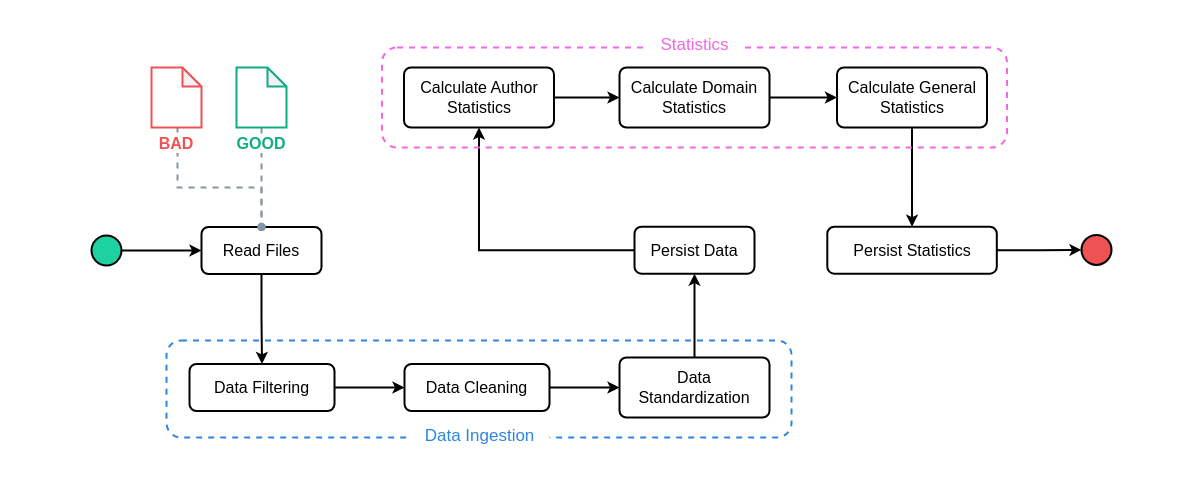
Above: page "DSS" (2 of 3) of .doc/architecture.drawio in avcaliani/mr-owlf (draw.io), before the change. Source tidied: cells renumbered, new cells numbered last; positions are measured from the earlier drawing's top-left corner, leaving out a move shared by most shapes. Both pictures are drawn from the tidied source at 100%, with x=0, y=0 at pixel (17, 17).
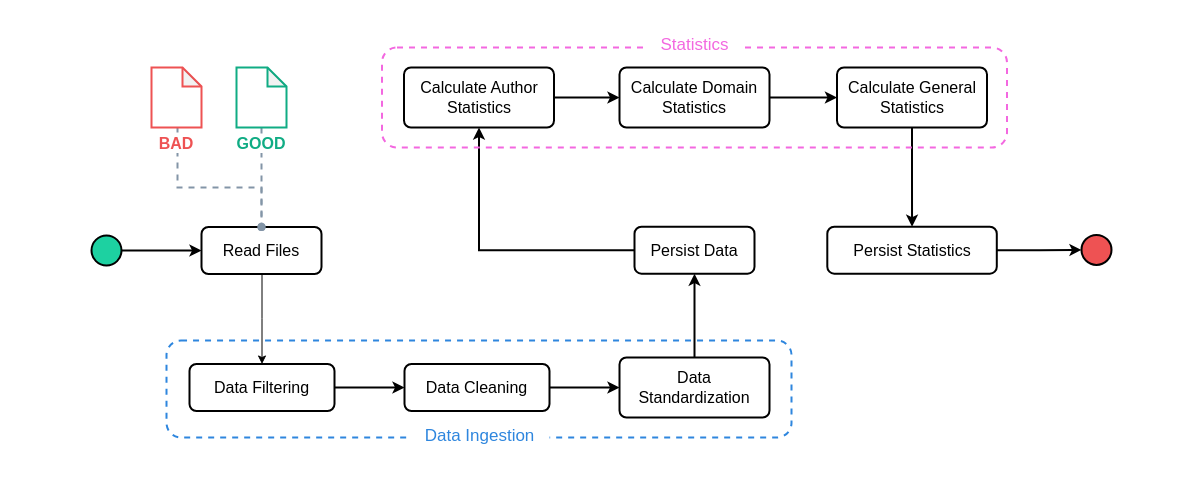
Above is the later version.

The change refers to these unchanged cells:
```xml
<mxCell id="7" value="Read Files" style="rounded=1;whiteSpace=wrap;html=1;absoluteArcSize=1;arcSize=14;strokeWidth=2;fontSize=16;fontStyle=0;" parent="1" vertex="1">
  <mxGeometry x="184" y="209.5" width="120" height="47" as="geometry" />
</mxCell>
<mxCell id="13" value="Data Filtering" style="rounded=1;whiteSpace=wrap;html=1;absoluteArcSize=1;arcSize=14;strokeWidth=2;fontSize=16;fontStyle=0;" parent="1" vertex="1">
  <mxGeometry x="172" y="346.5" width="145" height="47" as="geometry" />
</mxCell>
```

The edit, as a diff of the source:
```diff
@@
-    <mxCell id="6" style="edgeStyle=orthogonalEdgeStyle;rounded=0;jettySize=auto;html=1;entryX=0.5;entryY=0;entryDx=0;entryDy=0;endArrow=classic;endFill=1;strokeWidth=2;fontSize=17;" parent="1" edge="1" source="7" target="13">
-      <mxGeometry relative="1" as="geometry" />
+    <mxCell id="6" style="edgeStyle=orthogonalEdgeStyle;rounded=0;jettySize=auto;html=1;entryX=0.5;entryY=0;entryDx=0;entryDy=0;" parent="1" edge="1" source="7" target="13">
+      <mxGeometry relative="1" as="geometry">
+        <Array as="points">
+          <mxPoint x="244" y="301" />
+        </Array>
+      </mxGeometry>
     </mxCell>
```
